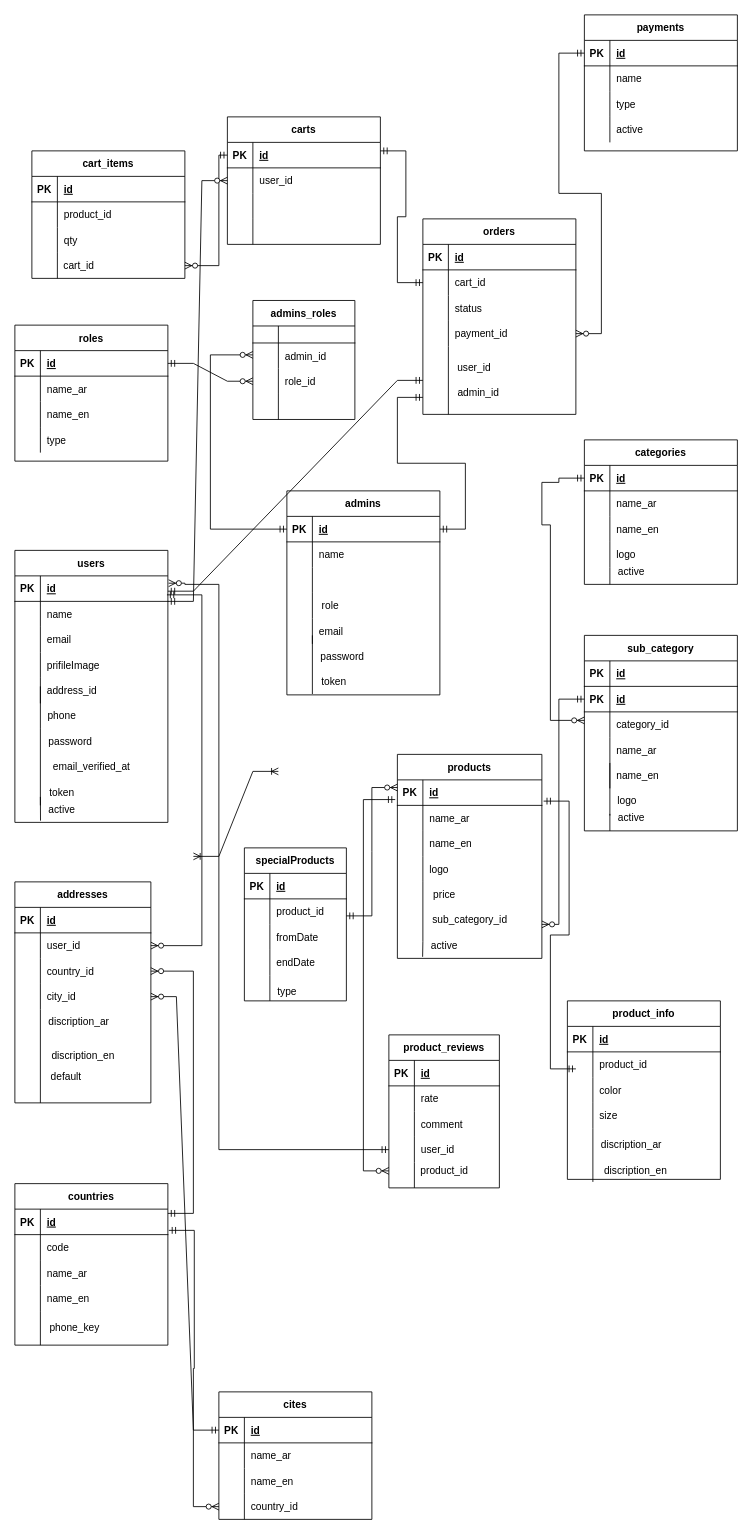
Above: blackpearl.drawio in MohammedRasol/blackPearl (draw.io), before the change. Source tidied: cells renumbered, new cells numbered last; positions are measured from the earlier drawing's top-left corner, leaving out a move shared by most shapes. Both pictures are drawn from the tidied source at 85%, with x=0, y=0 at pixel (14, 14).
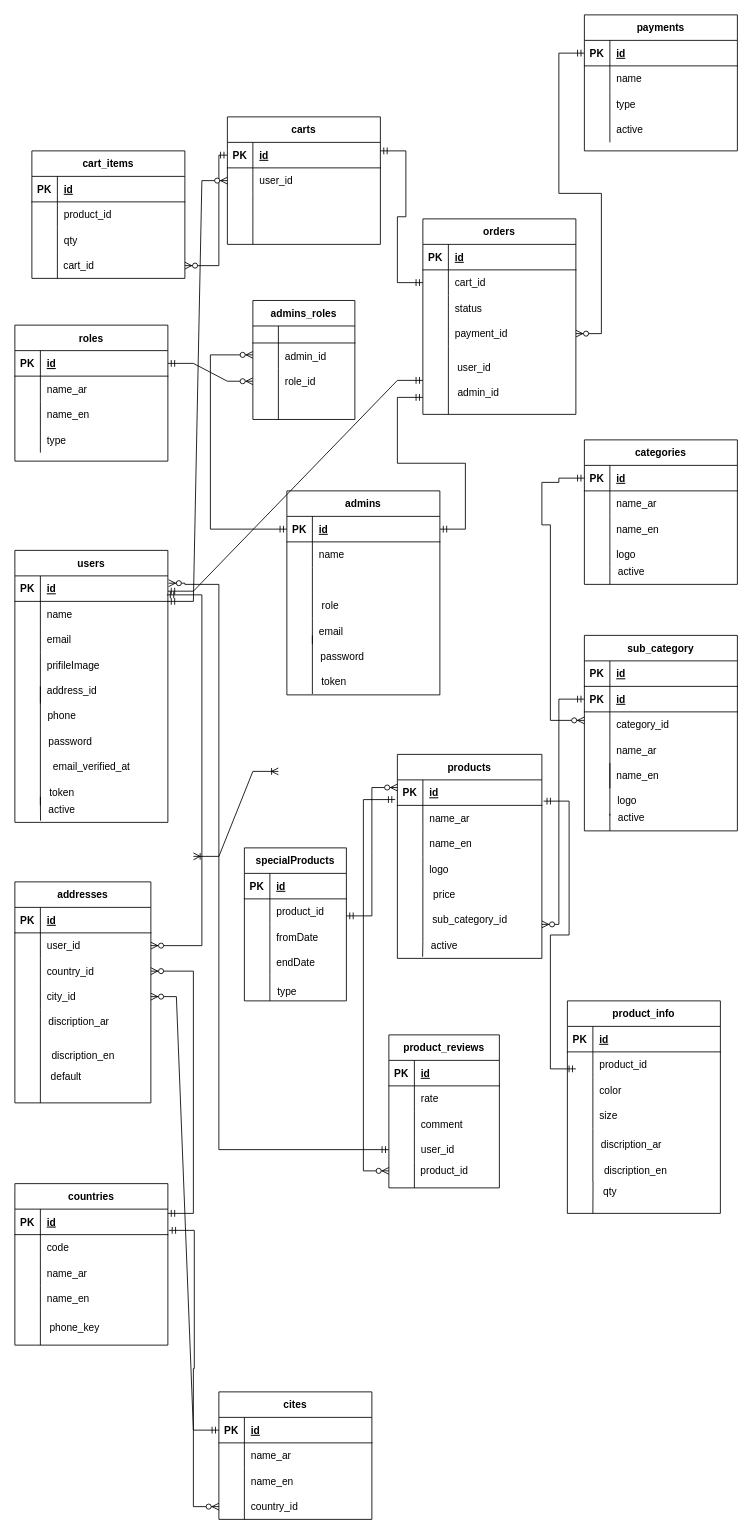
The same page after the edit.

Change to the diagram source:
```diff
@@
     <mxCell id="86" value="product_info" style="shape=table;startSize=30;childLayout=tableLayout;rowLines=0;fontStyle=1;align=center;" parent="1" vertex="1">
-      <mxGeometry x="650" y="1160" width="180" height="210" as="geometry" />
+      <mxGeometry x="650" y="1160" width="180" height="250" as="geometry" />
     </mxCell>
@@
+    <mxCell id="291" value="qty&lt;br&gt;" style="text;html=1;align=center;verticalAlign=middle;points=[];strokeColor=none;fillColor=none;" parent="1" vertex="1">
+      <mxGeometry x="680" y="1370" width="40" height="30" as="geometry" />
+    </mxCell>
+    <mxCell id="292" style="endArrow=none;html=1;rounded=0;entryX=0.005;entryY=0.093;entryDx=0;entryDy=0;entryPerimeter=0;" parent="1" edge="1" target="291">
+      <mxGeometry relative="1" as="geometry">
+        <mxPoint x="680" y="1410" as="sourcePoint" />
+      </mxGeometry>
+    </mxCell>
```
